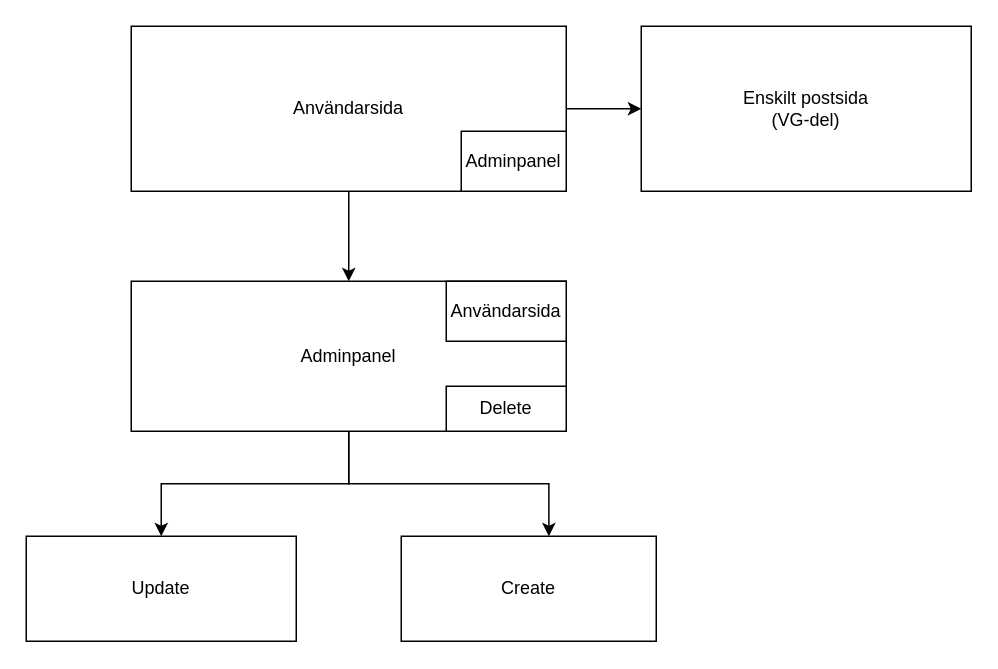
darkabdi/blog-client-template keeps this draw.io diagram as flow chart/gruppuppgift.drawio. Above is the earlier version. Source tidied: cells renumbered, new cells numbered last; positions are measured from the earlier drawing's top-left corner, leaving out a move shared by most shapes. Both pictures are drawn from the tidied source at 150%, with x=0, y=0 at pixel (26, 26).
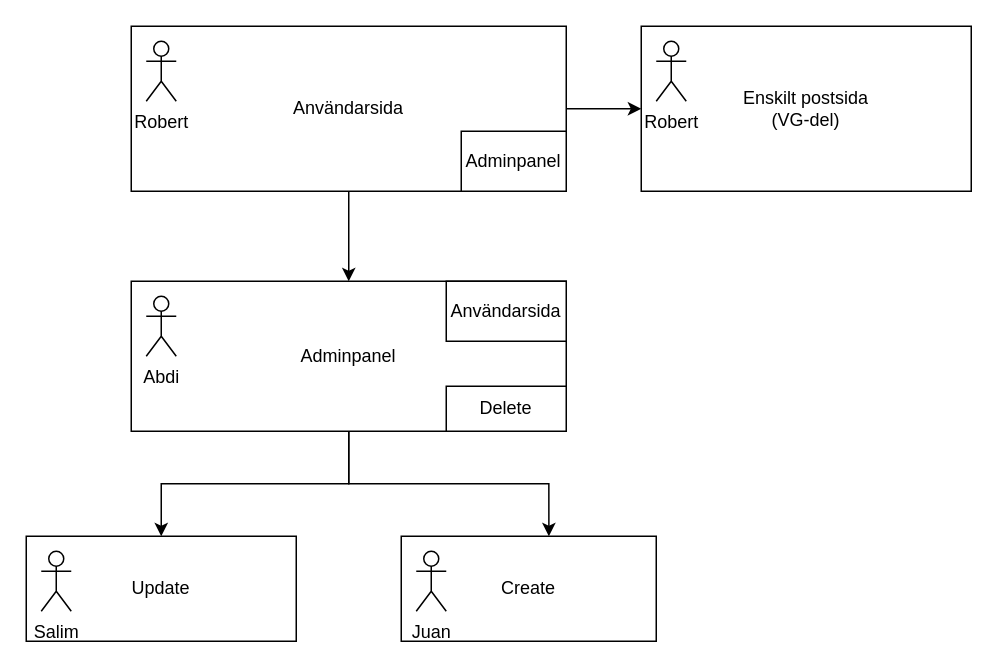
Above is the later version.

Diff of the diagram source:
```diff
@@
 <mxGraphModel>
   <root>
     <mxCell id="0" />
     <mxCell id="1" parent="0" />
     <mxCell id="2" style="edgeStyle=orthogonalEdgeStyle;rounded=0;jettySize=auto;html=1;entryX=0.5;entryY=0;entryDx=0;entryDy=0;" parent="1" edge="1" source="4" target="8">
       <mxGeometry relative="1" as="geometry" />
     </mxCell>
     <mxCell id="3" style="edgeStyle=orthogonalEdgeStyle;rounded=0;jettySize=auto;html=1;entryX=0;entryY=0.5;entryDx=0;entryDy=0;" parent="1" edge="1" source="4" target="13">
       <mxGeometry relative="1" as="geometry" />
     </mxCell>
-    <mxCell id="4" value="Användarsida" style="rounded=0;whiteSpace=wrap;html=1;" parent="1" vertex="1">
-      <mxGeometry x="70" width="290" height="110" as="geometry" />
-    </mxCell>
-    <mxCell id="5" value="Adminpanel" style="rounded=0;whiteSpace=wrap;html=1;" parent="1" vertex="1">
-      <mxGeometry x="290" y="70" width="70" height="40" as="geometry" />
-    </mxCell>
     <mxCell id="6" style="edgeStyle=orthogonalEdgeStyle;rounded=0;jettySize=auto;html=1;entryX=0.5;entryY=0;entryDx=0;entryDy=0;" parent="1" edge="1" source="8" target="11">
       <mxGeometry relative="1" as="geometry" />
     </mxCell>
     <mxCell id="7" style="edgeStyle=orthogonalEdgeStyle;rounded=0;jettySize=auto;html=1;entryX=0.579;entryY=0;entryDx=0;entryDy=0;entryPerimeter=0;" parent="1" edge="1" source="8" target="10">
       <mxGeometry relative="1" as="geometry" />
     </mxCell>
     <mxCell id="8" value="Adminpanel" style="rounded=0;whiteSpace=wrap;html=1;" parent="1" vertex="1">
       <mxGeometry x="70" y="170" width="290" height="100" as="geometry" />
     </mxCell>
     <mxCell id="9" value="Delete" style="rounded=0;whiteSpace=wrap;html=1;" parent="1" vertex="1">
       <mxGeometry x="280" y="240" width="80" height="30" as="geometry" />
     </mxCell>
     <mxCell id="10" value="Create" style="rounded=0;whiteSpace=wrap;html=1;" parent="1" vertex="1">
       <mxGeometry x="250" y="340" width="170" height="70" as="geometry" />
     </mxCell>
     <mxCell id="11" value="Update" style="rounded=0;whiteSpace=wrap;html=1;" parent="1" vertex="1">
       <mxGeometry y="340" width="180" height="70" as="geometry" />
     </mxCell>
     <mxCell id="12" value="Användarsida" style="rounded=0;whiteSpace=wrap;html=1;" parent="1" vertex="1">
       <mxGeometry x="280" y="170" width="80" height="40" as="geometry" />
     </mxCell>
     <mxCell id="13" value="Enskilt postsida&lt;br&gt;(VG-del)" style="rounded=0;whiteSpace=wrap;html=1;" parent="1" vertex="1">
       <mxGeometry x="410" width="220" height="110" as="geometry" />
     </mxCell>
+    <mxCell id="4" value="Användarsida" style="rounded=0;whiteSpace=wrap;html=1;" parent="1" vertex="1">
+      <mxGeometry x="70" width="290" height="110" as="geometry" />
+    </mxCell>
+    <mxCell id="5" value="Adminpanel" style="rounded=0;whiteSpace=wrap;html=1;" parent="1" vertex="1">
+      <mxGeometry x="290" y="70" width="70" height="40" as="geometry" />
+    </mxCell>
+    <mxCell id="14" value="Robert" style="shape=umlActor;verticalLabelPosition=bottom;verticalAlign=top;html=1;" parent="1" vertex="1">
+      <mxGeometry x="80" y="10" width="20" height="40" as="geometry" />
+    </mxCell>
+    <mxCell id="15" value="Abdi" style="shape=umlActor;verticalLabelPosition=bottom;verticalAlign=top;html=1;" parent="1" vertex="1">
+      <mxGeometry x="80" y="180" width="20" height="40" as="geometry" />
+    </mxCell>
+    <mxCell id="16" value="Juan" style="shape=umlActor;verticalLabelPosition=bottom;verticalAlign=top;html=1;" parent="1" vertex="1">
+      <mxGeometry x="260" y="350" width="20" height="40" as="geometry" />
+    </mxCell>
+    <mxCell id="17" value="Salim" style="shape=umlActor;verticalLabelPosition=bottom;verticalAlign=top;html=1;" parent="1" vertex="1">
+      <mxGeometry x="10" y="350" width="20" height="40" as="geometry" />
+    </mxCell>
+    <mxCell id="18" value="Robert" style="shape=umlActor;verticalLabelPosition=bottom;verticalAlign=top;html=1;" parent="1" vertex="1">
+      <mxGeometry x="420" y="10" width="20" height="40" as="geometry" />
+    </mxCell>
   </root>
 </mxGraphModel>
```
